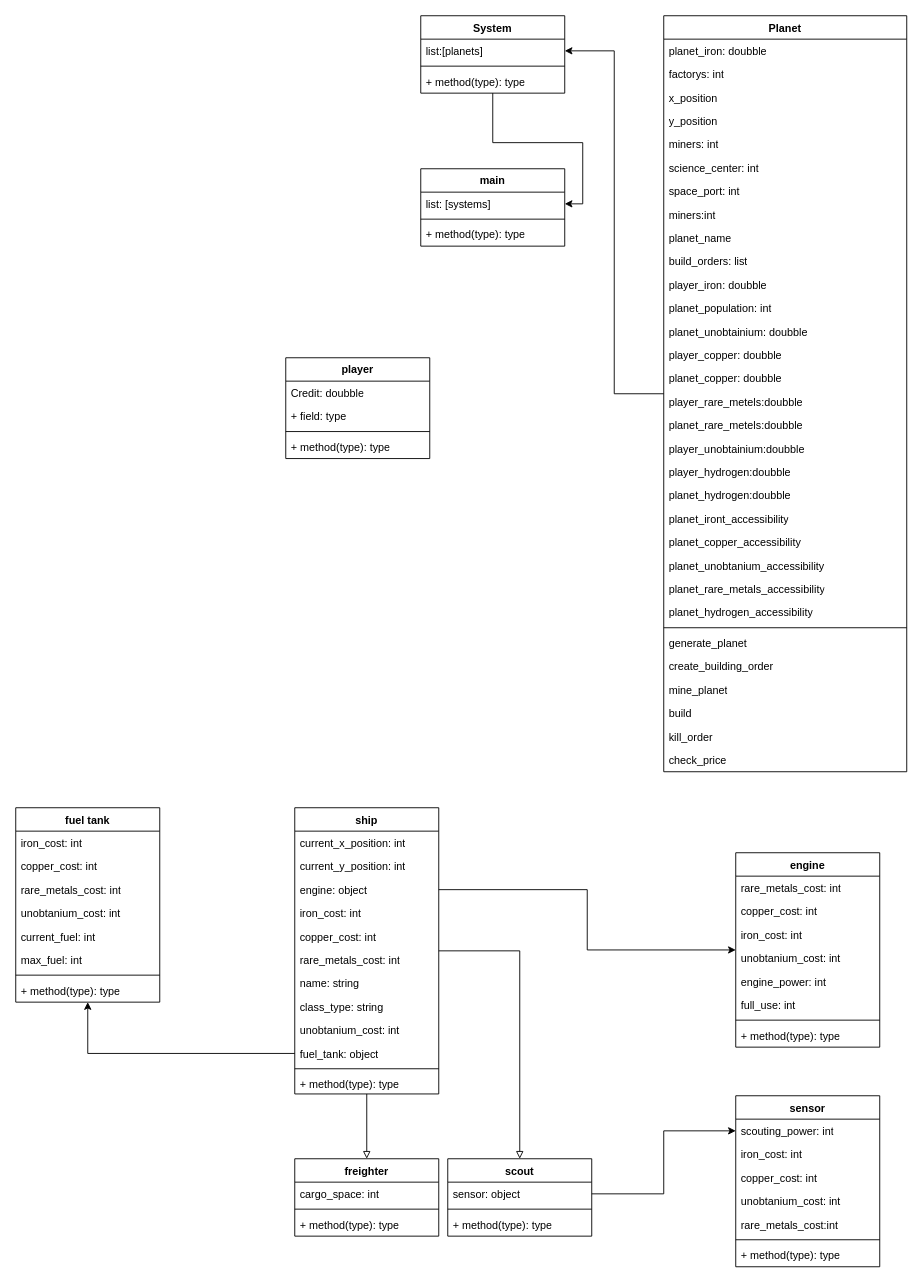
The draw.io diagram Ressorses/drawing and UML/UML.drawio in krixzy/space_survicers, before the edit. Source tidied: cells renumbered, new cells numbered last; positions are measured from the earlier drawing's top-left corner, leaving out a move shared by most shapes. Both pictures are drawn from the tidied source at 90%, with x=0, y=0 at pixel (15, 15).
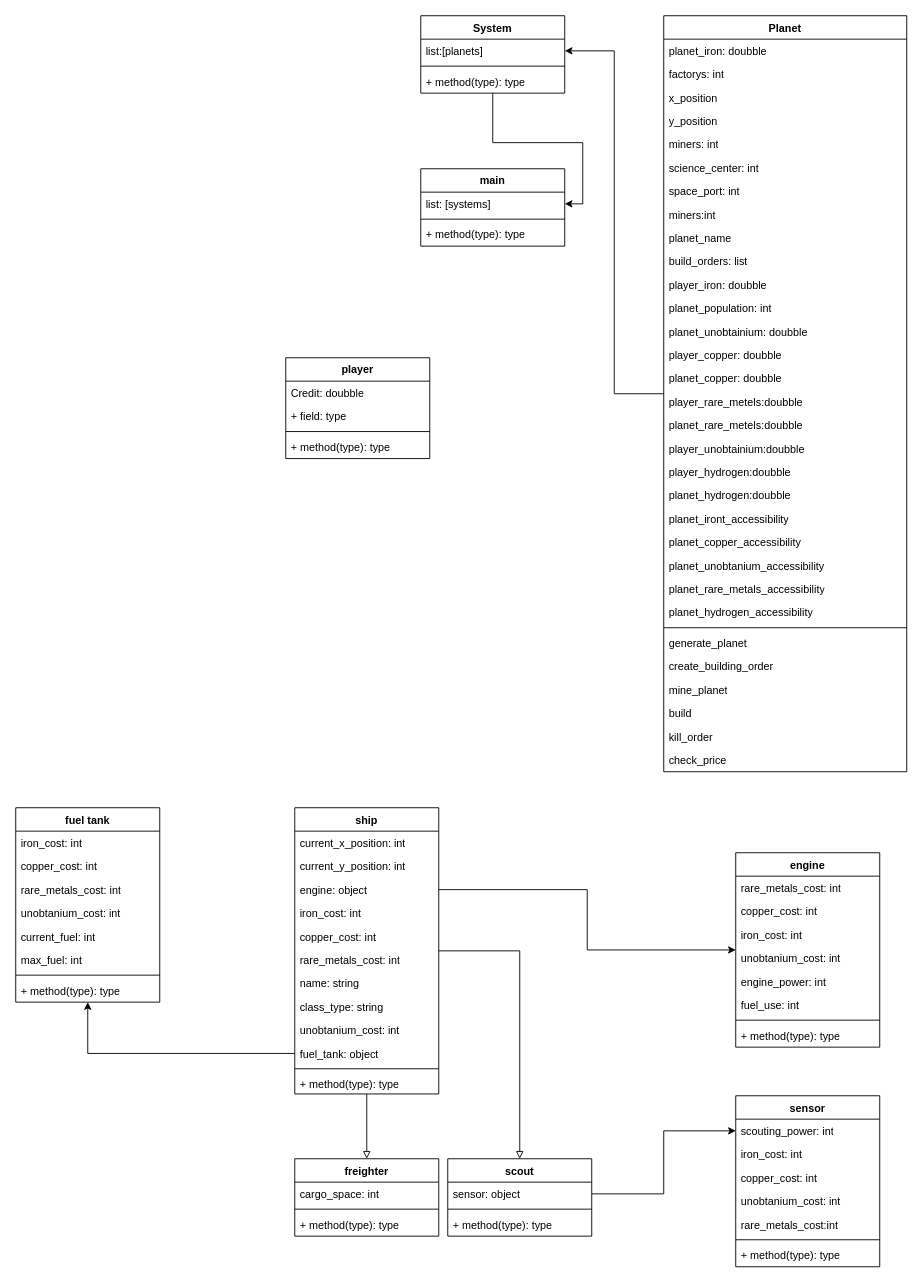
After the change.

The change refers to these unchanged cells:
```xml
<mxCell id="73" value="engine" style="swimlane;fontStyle=1;align=center;verticalAlign=top;horizontal=1;startSize=26;whiteSpace=wrap;html=1;" parent="1" vertex="1">
  <mxGeometry x="800" y="930" width="160" height="216" as="geometry" />
</mxCell>
```

The edit, as a diff of the source:
```diff
@@
-    <mxCell id="79" value="full_use: int" style="text;strokeColor=none;fillColor=none;align=left;verticalAlign=top;spacingLeft=4;spacingRight=4;overflow=hidden;whiteSpace=wrap;html=1;" parent="73" vertex="1">
+    <mxCell id="79" value="fuel_use: int" style="text;strokeColor=none;fillColor=none;align=left;verticalAlign=top;spacingLeft=4;spacingRight=4;overflow=hidden;whiteSpace=wrap;html=1;" parent="73" vertex="1">
       <mxGeometry y="156" width="160" height="26" as="geometry" />
     </mxCell>
```
